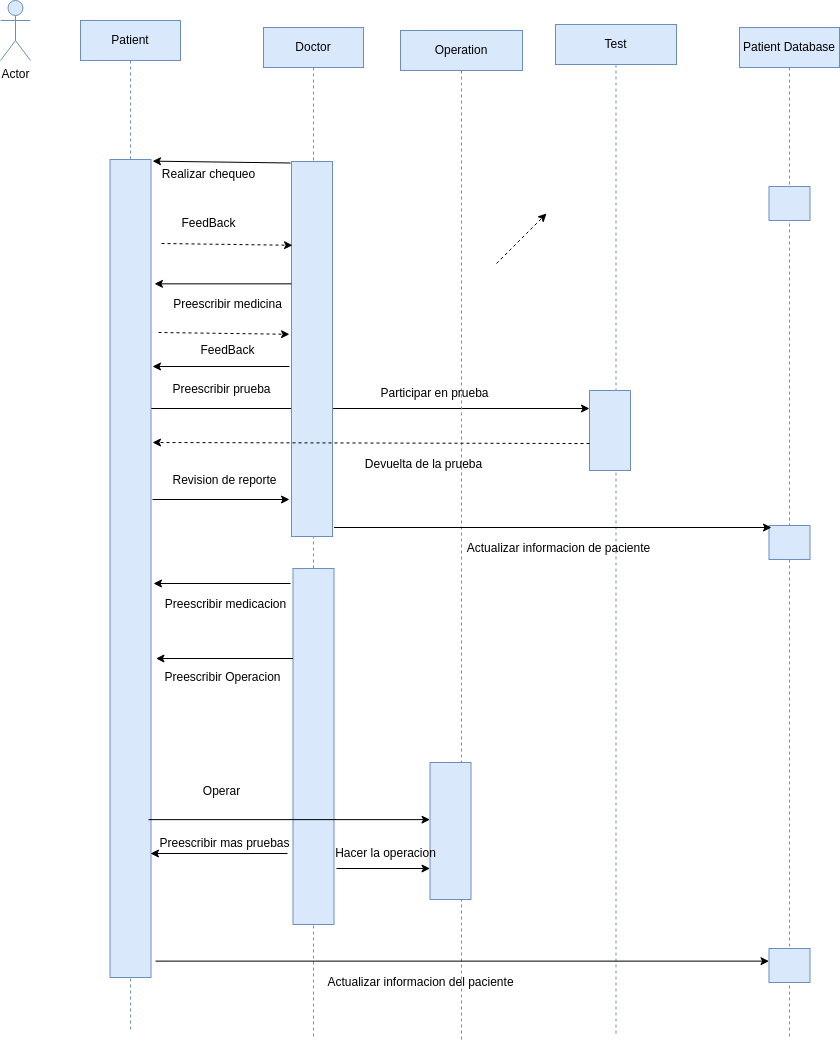
JVC0/ETS keeps this draw.io diagram as Casos de secuencia/Tarea1/Secuencia.drawio.png. Above is the earlier version. Source tidied: cells renumbered, new cells last; positions are measured from the earlier drawing's top-left corner, leaving out a move shared by most shapes.
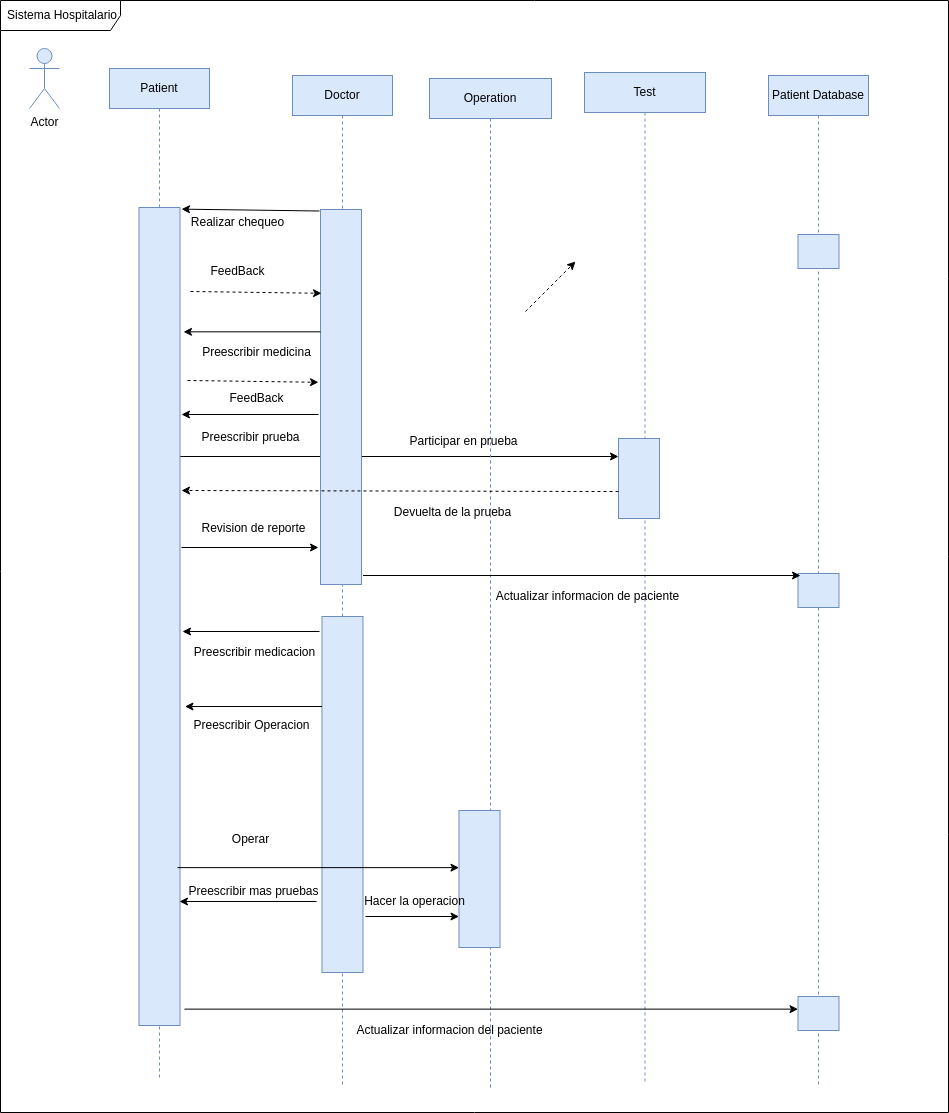
After the change.

The edit, as a diff of the source:
```diff
@@ -169,5 +169,8 @@
     <mxCell id="47" style="endArrow=classic;html=1;exitX=1.11;exitY=0.98;exitDx=0;exitDy=0;exitPerimeter=0;" parent="1" edge="1" source="10" target="14">
       <mxGeometry relative="1" as="geometry" />
     </mxCell>
+    <mxCell id="48" value="Sistema Hospitalario" style="shape=umlFrame;whiteSpace=wrap;html=1;width=120;height=30;boundedLbl=1;verticalAlign=middle;align=left;spacingLeft=5;" parent="1" vertex="1">
+      <mxGeometry x="-29" y="-48" width="948" height="1112" as="geometry" />
+    </mxCell>
   </root>
 </mxGraphModel>
```
